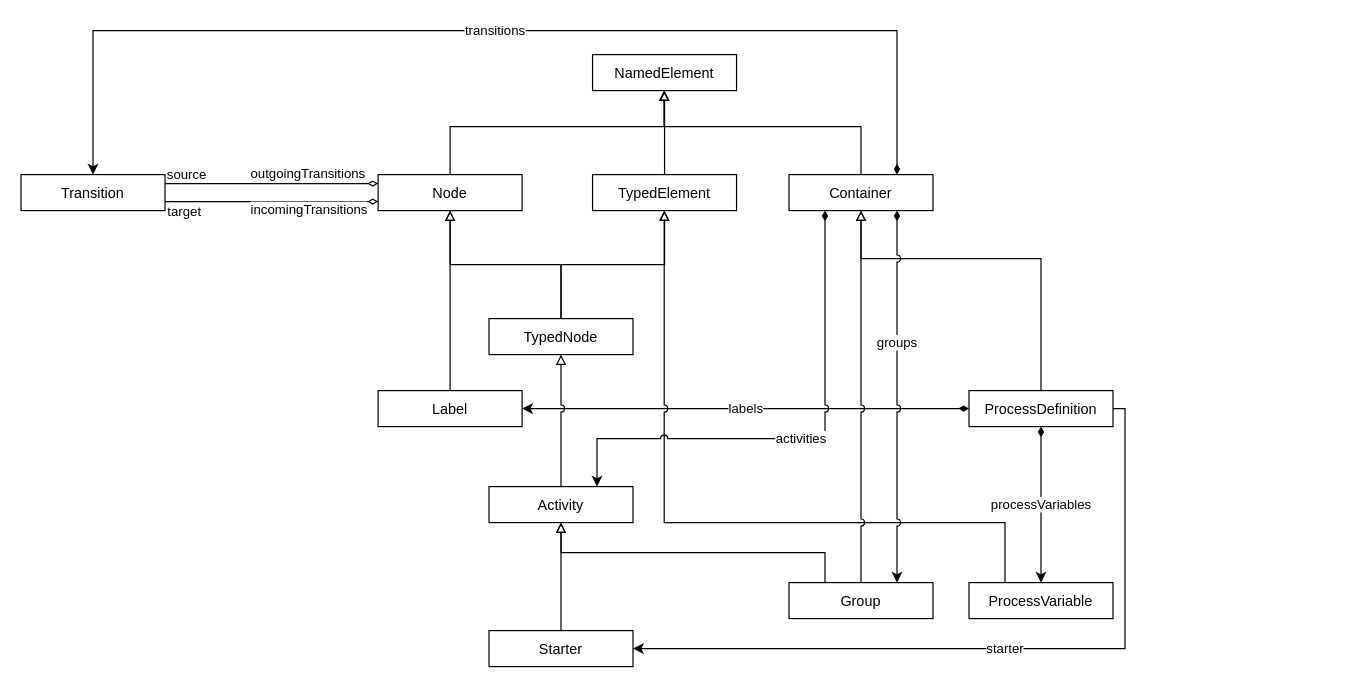
This is ecore/src/main/resources/org/nasdanika/models/tibco/bw/ecore/bw.drawio from Nasdanika-Models/bw5, a draw.io file, before an edit. Source tidied: cells renumbered, new cells numbered last; positions are measured from the earlier drawing's top-left corner, leaving out a move shared by most shapes. Both pictures are drawn from the tidied source at 120%, with x=0, y=0 at pixel (20, 30).
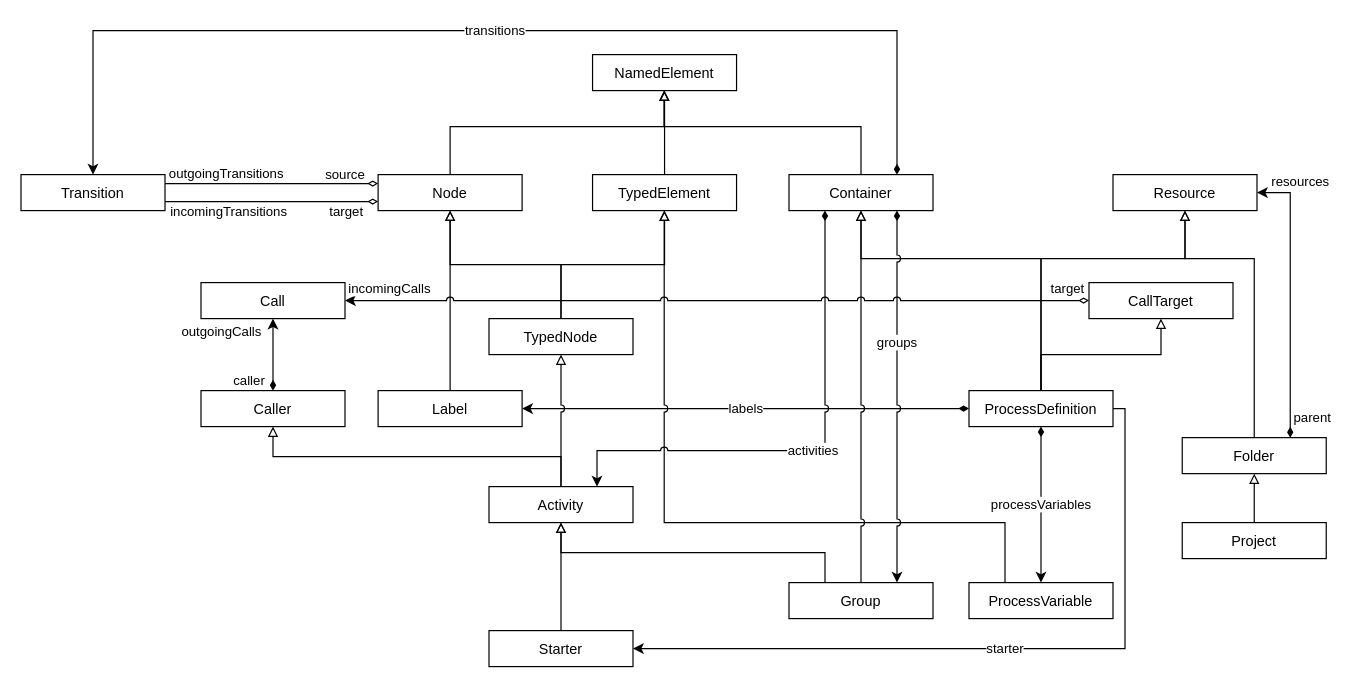
After the change.

The change refers to these unchanged cells:
```xml
<mxCell id="4" style="rounded=0;jettySize=1;html=1;exitX=1;exitY=0.25;exitDx=0;exitDy=0;entryX=0;entryY=0.25;entryDx=0;entryDy=0;endArrow=diamondThin;endFill=0;" parent="1" edge="1" source="2" target="3">
  <mxGeometry relative="1" as="geometry" />
</mxCell>
<mxCell id="7" style="rounded=0;jettySize=1;html=1;entryX=0;entryY=0.75;entryDx=0;entryDy=0;exitX=1;exitY=0.75;exitDx=0;exitDy=0;endArrow=diamondThin;endFill=0;" parent="1" edge="1" source="2" target="3">
  <mxGeometry relative="1" as="geometry" />
</mxCell>
<mxCell id="10" value="ProcessDefinition" parent="1" vertex="1">
  <mxGeometry x="790" y="300" width="120" height="30" as="geometry" />
</mxCell>
<mxCell id="20" value="Container" parent="1" vertex="1">
  <mxGeometry x="640" y="120" width="120" height="30" as="geometry" />
</mxCell>
<mxCell id="30" value="Activity" parent="1" vertex="1">
  <mxGeometry x="390" y="380" width="120" height="30" as="geometry" />
</mxCell>
```

Diff of the diagram source:
```diff
@@
     <mxCell id="5" value="source" style="edgeLabel;html=1;align=center;verticalAlign=middle;" parent="4" vertex="1">
       <mxGeometry x="-0.93" relative="1" as="geometry">
-        <mxPoint x="11" y="-8" as="offset" />
+        <mxPoint x="143" y="-8" as="offset" />
       </mxGeometry>
     </mxCell>
     <mxCell id="6" value="outgoingTransitions" style="edgeLabel;html=1;align=center;verticalAlign=middle;" parent="4" vertex="1">
       <mxGeometry x="0.85" y="1" relative="1" as="geometry">
-        <mxPoint x="-46" y="-8" as="offset" />
+        <mxPoint x="-114" y="-8" as="offset" />
       </mxGeometry>
     </mxCell>
@@
     <mxCell id="8" value="target" style="edgeLabel;html=1;align=center;verticalAlign=middle;" parent="7" vertex="1">
       <mxGeometry x="-0.89" relative="1" as="geometry">
-        <mxPoint x="5" y="8" as="offset" />
+        <mxPoint x="140" y="8" as="offset" />
       </mxGeometry>
     </mxCell>
     <mxCell id="9" value="incomingTransitions" style="edgeLabel;html=1;align=center;verticalAlign=middle;" parent="7" vertex="1">
       <mxGeometry x="0.55" relative="1" as="geometry">
-        <mxPoint x="-19" y="6" as="offset" />
+        <mxPoint x="-86" y="8" as="offset" />
       </mxGeometry>
     </mxCell>
@@
     <mxCell id="32" value="activities" style="rounded=0;jettySize=1;html=1;startArrow=diamondThin;startFill=1;exitX=0.25;exitY=1;exitDx=0;exitDy=0;edgeStyle=orthogonalEdgeStyle;entryX=0.75;entryY=0;entryDx=0;entryDy=0;jumpStyle=arc;" parent="1" edge="1" source="20" target="30">
       <mxGeometry relative="1" as="geometry">
         <Array as="points">
-          <mxPoint x="670" y="340" />
-          <mxPoint x="480" y="340" />
+          <mxPoint x="670" y="350" />
+          <mxPoint x="480" y="350" />
         </Array>
       </mxGeometry>
     </mxCell>
@@
+    <mxCell id="38" value="Folder" parent="1" vertex="1">
+      <mxGeometry x="967.7" y="339.2" width="120" height="30" as="geometry" />
+    </mxCell>
+    <mxCell id="39" value="Call" parent="1" vertex="1">
+      <mxGeometry x="150" y="210" width="120" height="30" as="geometry" />
+    </mxCell>
+    <mxCell id="40" value="Project" parent="1" vertex="1">
+      <mxGeometry x="967.7" y="410" width="120" height="30" as="geometry" />
+    </mxCell>
+    <mxCell id="41" style="edgeStyle=orthogonalEdgeStyle;rounded=0;jettySize=auto;html=1;endArrow=block;endFill=0;" parent="1" edge="1" source="40" target="38">
+      <mxGeometry relative="1" as="geometry" />
+    </mxCell>
+    <mxCell id="42" value="Resource" parent="1" vertex="1">
+      <mxGeometry x="910" y="120" width="120" height="30" as="geometry" />
+    </mxCell>
+    <mxCell id="43" style="edgeStyle=orthogonalEdgeStyle;rounded=0;jettySize=auto;html=1;endArrow=block;endFill=0;" parent="1" edge="1" source="38" target="42">
+      <mxGeometry relative="1" as="geometry">
+        <Array as="points">
+          <mxPoint x="1028" y="190" />
+          <mxPoint x="970" y="190" />
+        </Array>
+      </mxGeometry>
+    </mxCell>
+    <mxCell id="44" style="rounded=0;jettySize=1;html=1;startArrow=diamondThin;startFill=1;exitX=0.75;exitY=0;exitDx=0;exitDy=0;entryX=1;entryY=0.5;entryDx=0;entryDy=0;edgeStyle=orthogonalEdgeStyle;" parent="1" edge="1" source="38" target="42">
+      <mxGeometry relative="1" as="geometry" />
+    </mxCell>
+    <mxCell id="45" value="resources" style="edgeLabel;html=1;align=center;verticalAlign=middle;" parent="44" vertex="1">
+      <mxGeometry x="-0.79" y="2" relative="1" as="geometry">
+        <mxPoint x="10" y="-190" as="offset" />
+      </mxGeometry>
+    </mxCell>
+    <mxCell id="46" value="parent" style="edgeLabel;html=1;align=center;verticalAlign=middle;" parent="44" vertex="1">
+      <mxGeometry x="-0.84" y="2" relative="1" as="geometry">
+        <mxPoint x="20" y="2" as="offset" />
+      </mxGeometry>
+    </mxCell>
+    <mxCell id="47" style="edgeStyle=orthogonalEdgeStyle;rounded=0;jettySize=auto;html=1;endArrow=block;endFill=0;exitX=0.5;exitY=0;exitDx=0;exitDy=0;" parent="1" edge="1" source="10" target="42">
+      <mxGeometry relative="1" as="geometry">
+        <Array as="points">
+          <mxPoint x="850" y="190" />
+          <mxPoint x="970" y="190" />
+        </Array>
+      </mxGeometry>
+    </mxCell>
+    <mxCell id="48" value="CallTarget" parent="1" vertex="1">
+      <mxGeometry x="890" y="210" width="120" height="30" as="geometry" />
+    </mxCell>
+    <mxCell id="49" style="rounded=0;jettySize=1;html=1;startArrow=diamondThin;startFill=0;jumpStyle=arc;" parent="1" edge="1" source="48" target="39">
+      <mxGeometry relative="1" as="geometry" />
+    </mxCell>
+    <mxCell id="50" value="incomingCalls" style="edgeLabel;html=1;align=center;verticalAlign=middle;" parent="49" vertex="1">
+      <mxGeometry x="0.95" y="1" relative="1" as="geometry">
+        <mxPoint x="21" y="-12" as="offset" />
+      </mxGeometry>
+    </mxCell>
+    <mxCell id="51" value="target" style="edgeLabel;html=1;align=center;verticalAlign=middle;" parent="49" vertex="1">
+      <mxGeometry x="-0.95" y="-1" relative="1" as="geometry">
+        <mxPoint x="-3" y="-10" as="offset" />
+      </mxGeometry>
+    </mxCell>
+    <mxCell id="52" style="edgeStyle=orthogonalEdgeStyle;rounded=0;jettySize=auto;html=1;endArrow=block;endFill=0;exitX=0.5;exitY=0;exitDx=0;exitDy=0;" parent="1" edge="1" source="10" target="48">
+      <mxGeometry relative="1" as="geometry" />
+    </mxCell>
+    <mxCell id="53" value="Caller" parent="1" vertex="1">
+      <mxGeometry x="150" y="300" width="120" height="30" as="geometry" />
+    </mxCell>
+    <mxCell id="54" style="rounded=0;jettySize=1;html=1;startArrow=diamondThin;startFill=1;edgeStyle=orthogonalEdgeStyle;entryX=0.5;entryY=1;entryDx=0;entryDy=0;exitX=0.5;exitY=0;exitDx=0;exitDy=0;" parent="1" edge="1" source="53" target="39">
+      <mxGeometry relative="1" as="geometry" />
+    </mxCell>
+    <mxCell id="55" value="caller" style="edgeLabel;html=1;align=center;verticalAlign=middle;" parent="54" vertex="1">
+      <mxGeometry x="-0.8" y="-1" relative="1" as="geometry">
+        <mxPoint x="-22" y="-3" as="offset" />
+      </mxGeometry>
+    </mxCell>
+    <mxCell id="56" value="outgoingCalls" style="edgeLabel;html=1;align=center;verticalAlign=middle;" parent="54" vertex="1">
+      <mxGeometry x="0.79" y="-1" relative="1" as="geometry">
+        <mxPoint x="-45" y="4" as="offset" />
+      </mxGeometry>
+    </mxCell>
+    <mxCell id="57" style="edgeStyle=orthogonalEdgeStyle;rounded=0;jettySize=auto;html=1;endArrow=block;endFill=0;exitX=0.5;exitY=0;exitDx=0;exitDy=0;entryX=0.5;entryY=1;entryDx=0;entryDy=0;" parent="1" edge="1" source="30" target="53">
+      <mxGeometry relative="1" as="geometry" />
+    </mxCell>
```
